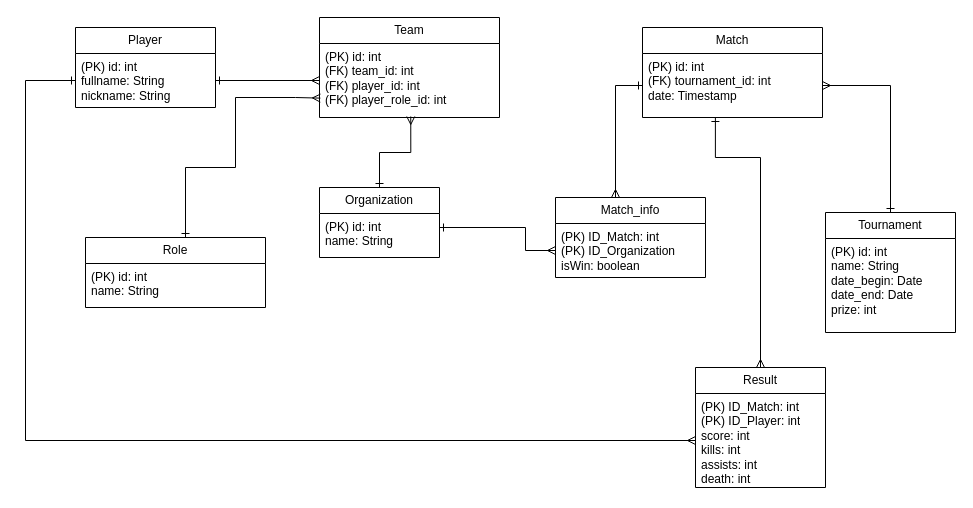
The draw.io diagram вороньи лапки киберспорт.drawio in Deviky/FOREVASIAOD, before the edit. Source tidied: cells renumbered, new cells numbered last; positions are measured from the earlier drawing's top-left corner, leaving out a move shared by most shapes. Both pictures are drawn from the tidied source at 100%, with x=0, y=0 at pixel (25, 17).
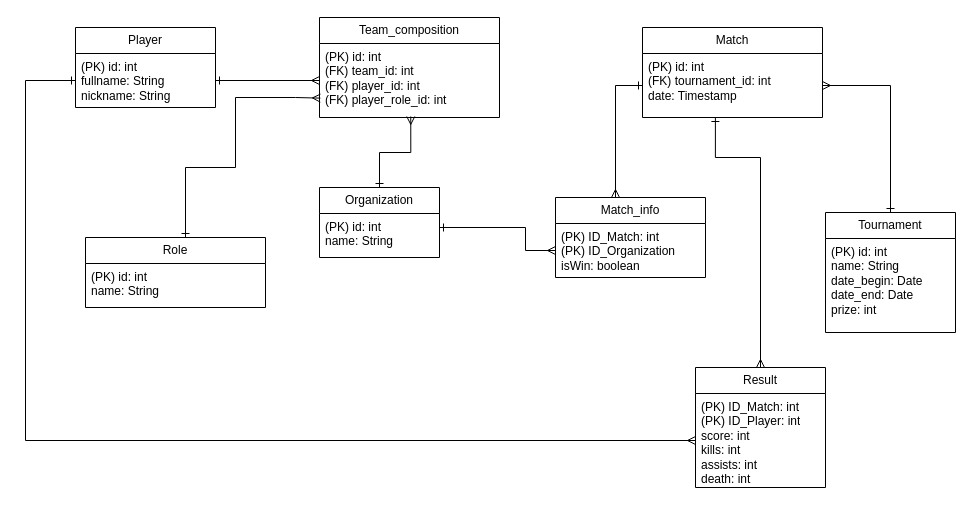
The same page after the edit.

Diff of the diagram source:
```diff
@@
-    <mxCell id="7" value="Team" style="swimlane;fontStyle=0;horizontal=1;startSize=26;fillColor=none;whiteSpace=wrap;html=1;rounded=0;" parent="1" vertex="1">
+    <mxCell id="7" value="Team_composition" style="swimlane;fontStyle=0;horizontal=1;startSize=26;fillColor=none;whiteSpace=wrap;html=1;rounded=0;" parent="1" vertex="1">
       <mxGeometry x="294" width="180" height="100" as="geometry" />
     </mxCell>
```
